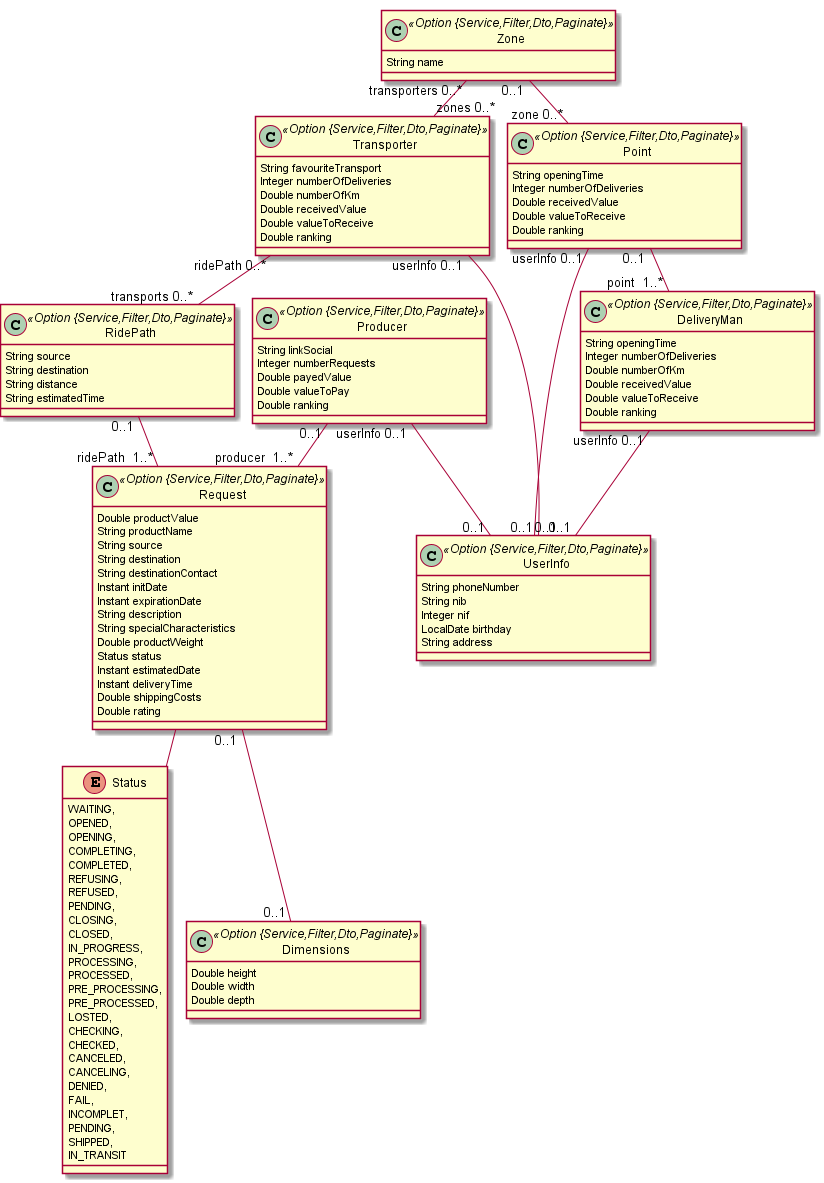
This is LEBApp_Server/dataSchema.png from MoscaLCC/LEBApp, a PlantUML export, as it was before one commit.
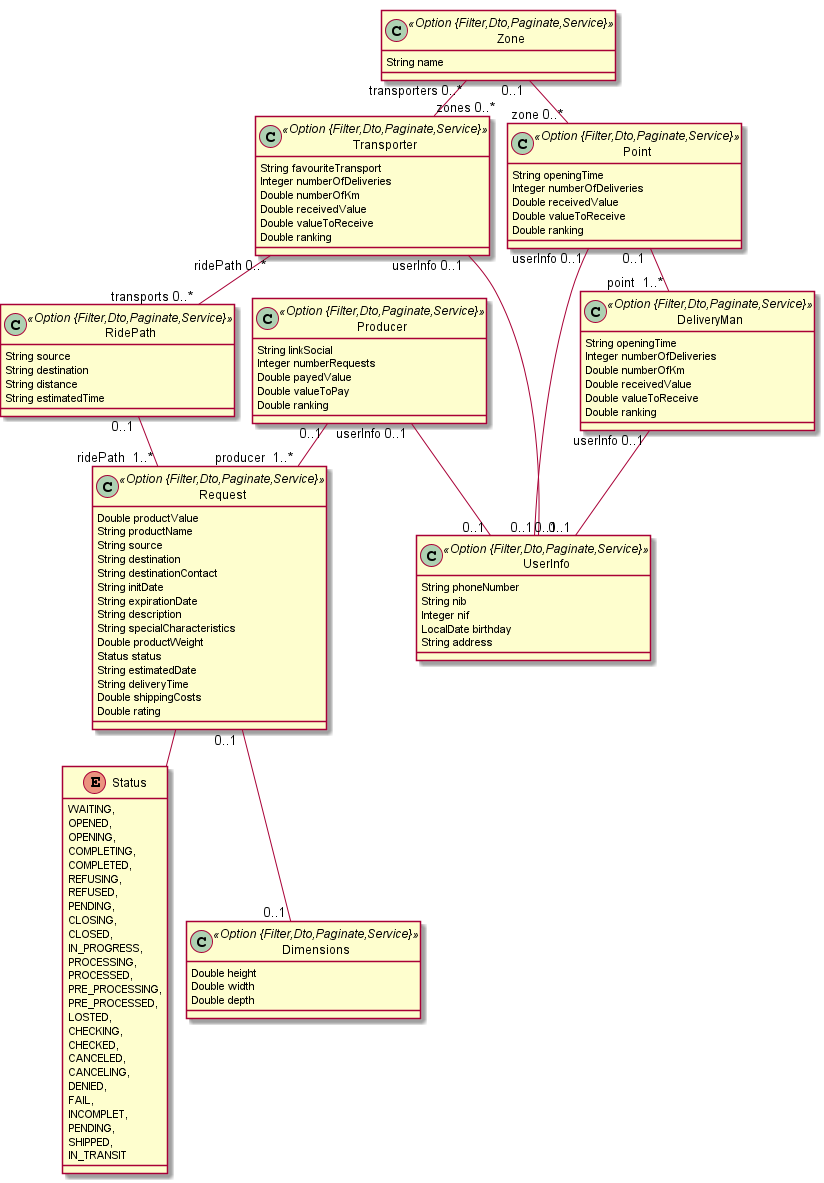
After the commit.

Diff of the diagram source:
```diff
@@ -1,34 +1,34 @@
 @startuml
 	!pragma graphviz_dot jdot
 	!pragma syntax class
-	class Producer <<Option {Service,Filter,Dto,Paginate}>> {
+	class Producer <<Option {Filter,Dto,Paginate,Service}>> {
 		String linkSocial
 		Integer numberRequests
 		Double payedValue
 		Double valueToPay
 		Double ranking
 	}
-	class UserInfo <<Option {Service,Filter,Dto,Paginate}>> {
+	class UserInfo <<Option {Filter,Dto,Paginate,Service}>> {
 		String phoneNumber
 		String nib
 		Integer nif
 		LocalDate birthday
 		String address
 	}
-	class Request <<Option {Service,Filter,Dto,Paginate}>> {
+	class Request <<Option {Filter,Dto,Paginate,Service}>> {
 		Double productValue
 		String productName
 		String source
 		String destination
 		String destinationContact
-		Instant initDate
-		Instant expirationDate
+		String initDate
+		String expirationDate
 		String description
 		String specialCharacteristics
 		Double productWeight
 		Status status
-		Instant estimatedDate
-		Instant deliveryTime
+		String estimatedDate
+		String deliveryTime
 		Double shippingCosts
 		Double rating
 	}
@@ -61,13 +61,13 @@
 		SHIPPED,
 		IN_TRANSIT
 	}
-	class RidePath <<Option {Service,Filter,Dto,Paginate}>> {
+	class RidePath <<Option {Filter,Dto,Paginate,Service}>> {
 		String source
 		String destination
 		String distance
 		String estimatedTime
 	}
-	class DeliveryMan <<Option {Service,Filter,Dto,Paginate}>> {
+	class DeliveryMan <<Option {Filter,Dto,Paginate,Service}>> {
 		String openingTime
 		Integer numberOfDeliveries
 		Double numberOfKm
@@ -75,7 +75,7 @@
 		Double valueToReceive
 		Double ranking
 	}
-	class Transporter <<Option {Service,Filter,Dto,Paginate}>> {
+	class Transporter <<Option {Filter,Dto,Paginate,Service}>> {
 		String favouriteTransport
 		Integer numberOfDeliveries
 		Double numberOfKm
@@ -83,19 +83,19 @@
 		Double valueToReceive
 		Double ranking
 	}
-	class Point <<Option {Service,Filter,Dto,Paginate}>> {
+	class Point <<Option {Filter,Dto,Paginate,Service}>> {
 		String openingTime
 		Integer numberOfDeliveries
 		Double receivedValue
 		Double valueToReceive
 		Double ranking
 	}
-	class Dimensions <<Option {Service,Filter,Dto,Paginate}>> {
+	class Dimensions <<Option {Filter,Dto,Paginate,Service}>> {
 		Double height
 		Double width
 		Double depth
 	}
-	class Zone <<Option {Service,Filter,Dto,Paginate}>> {
+	class Zone <<Option {Filter,Dto,Paginate,Service}>> {
 		String name
 	}
 	Point  "0..1 " --o "point  1..* "  DeliveryMan
```
